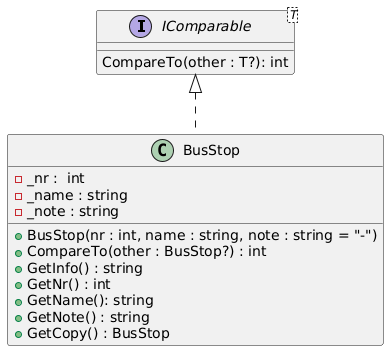
Earlier version of the PlantUML export src/assets/img/kmom01/KlassdiagramKmom01Uppgift.png (bth-algo/bth-algo.github.io). Its diagram source:
```plantuml
@startuml
interface IComparable<T>
{
    CompareTo(other : T?): int
}

class BusStop
{
    - _nr :  int
    - _name : string
    - _note : string

    + BusStop(nr : int, name : string, note : string = "-")
    + CompareTo(other : BusStop?) : int
    + GetInfo() : string
    + GetNr() : int
    + GetName(): string
    + GetNote() : string
    + GetCopy() : BusStop
}

IComparable <|.. BusStop
@enduml
```
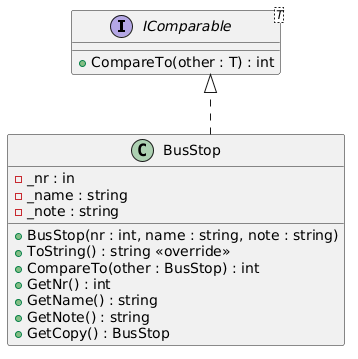
After the change.

Commit message:
Removed Equals from BusStop

What changed in the source:
```diff
@@ -1,23 +1,26 @@
 @startuml
-interface IComparable<T>
-{
-    CompareTo(other : T?): int
+skinparam linetype ortho
+top to bottom direction
+
+interface IComparable<T> {
+  + CompareTo(other : T) : int
 }
 
-class BusStop
-{
-    - _nr :  int
-    - _name : string
-    - _note : string
+class BusStop {
+  - _nr : in
+  - _name : string
+  - _note : string
 
-    + BusStop(nr : int, name : string, note : string = "-")
-    + CompareTo(other : BusStop?) : int
-    + GetInfo() : string
-    + GetNr() : int
-    + GetName(): string
-    + GetNote() : string
-    + GetCopy() : BusStop
+  + BusStop(nr : int, name : string, note : string)
+  + ToString() : string <<override>>
+  + CompareTo(other : BusStop) : int
+  + GetNr() : int
+  + GetName() : string
+  + GetNote() : string
+  + GetCopy() : BusStop
 }
 
-IComparable <|.. BusStop
+IComparable -[hidden]-> BusStop
+
+BusStop ..|> IComparable
 @enduml
```
